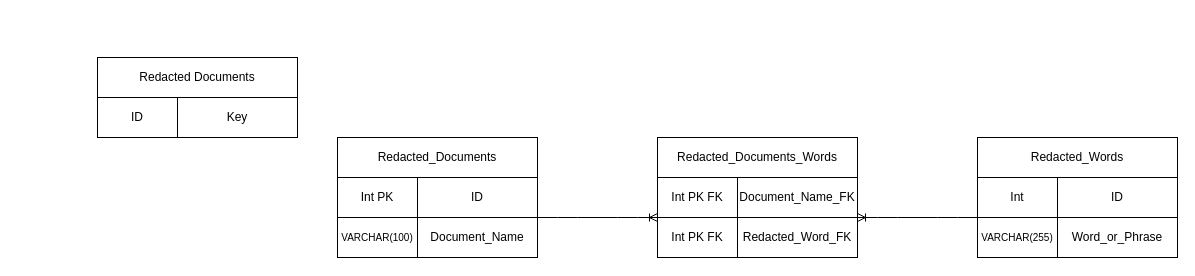
Above: Database_diagram.drawio in KavenArango/MeltWater_Project (draw.io), before the change. Source tidied: cells renumbered, new cells numbered last; positions are measured from the earlier drawing's top-left corner, leaving out a move shared by most shapes. Both pictures are drawn from the tidied source at 100%, with x=0, y=0 at pixel (97, 57).
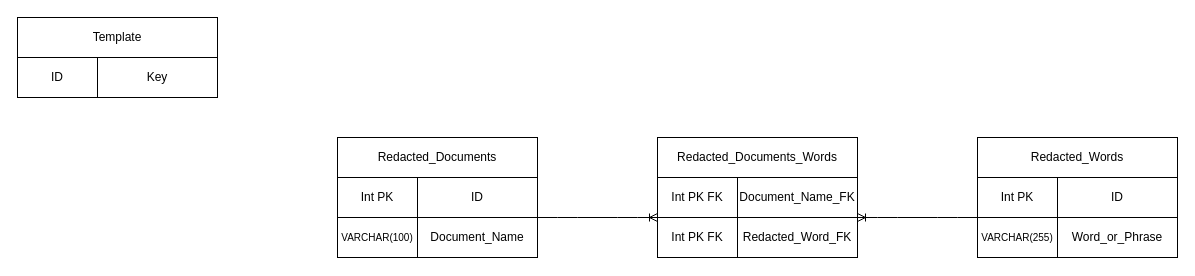
The same page after the edit.

Commit message:
renamed template table

The change refers to these unchanged cells:
```xml
<mxCell id="38" style="group;" parent="37" vertex="1">
  <mxGeometry width="200" height="40" as="geometry" />
</mxCell>
```

Change to the diagram source:
```diff
@@
     <mxCell id="15" style="group;fontStyle=1;" parent="1" vertex="1">
-      <mxGeometry y="40" width="200" height="40" as="geometry" />
+      <mxGeometry x="-80" width="200" height="40" as="geometry" />
     </mxCell>
@@
-    <mxCell id="21" value="Redacted Documents" style="rounded=0;whiteSpace=wrap;html=1;" parent="1" vertex="1">
-      <mxGeometry width="200" height="40" as="geometry" />
+    <mxCell id="21" value="Template" style="rounded=0;whiteSpace=wrap;html=1;" parent="1" vertex="1">
+      <mxGeometry x="-80" y="-40" width="200" height="40" as="geometry" />
     </mxCell>
@@
-    <mxCell id="40" value="Int" style="text;html=1;strokeColor=none;fillColor=none;align=center;verticalAlign=middle;whiteSpace=wrap;rounded=0;" parent="38" vertex="1">
+    <mxCell id="40" value="Int PK" style="text;html=1;strokeColor=none;fillColor=none;align=center;verticalAlign=middle;whiteSpace=wrap;rounded=0;" parent="38" vertex="1">
       <mxGeometry width="80" height="40" as="geometry" />
     </mxCell>
```
